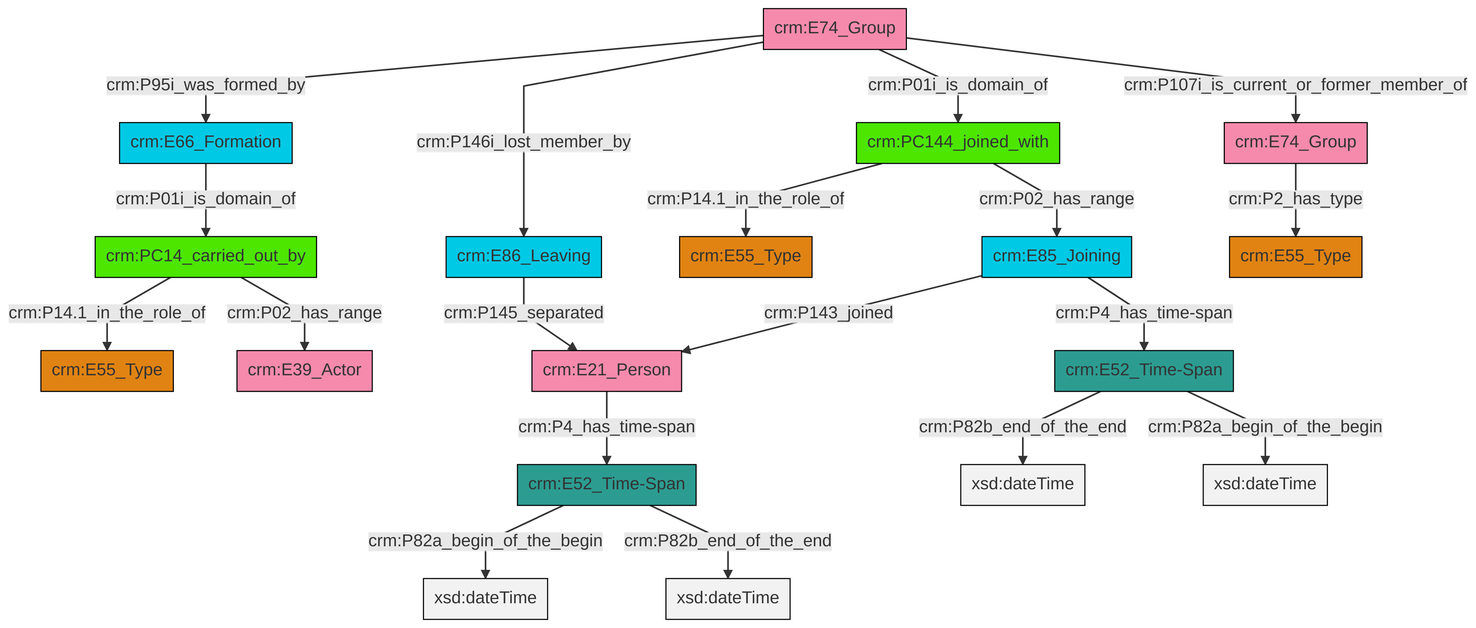
Above: et/groupCSV/ttl/mmd/png/group_actor_relations.png in swiss-art-research-net/docs.swissartresearch (Mermaid), before the change. Its source is kept beside it as et/groupCSV/ttl/mmd/group_actor_relations.ttl.mmd.
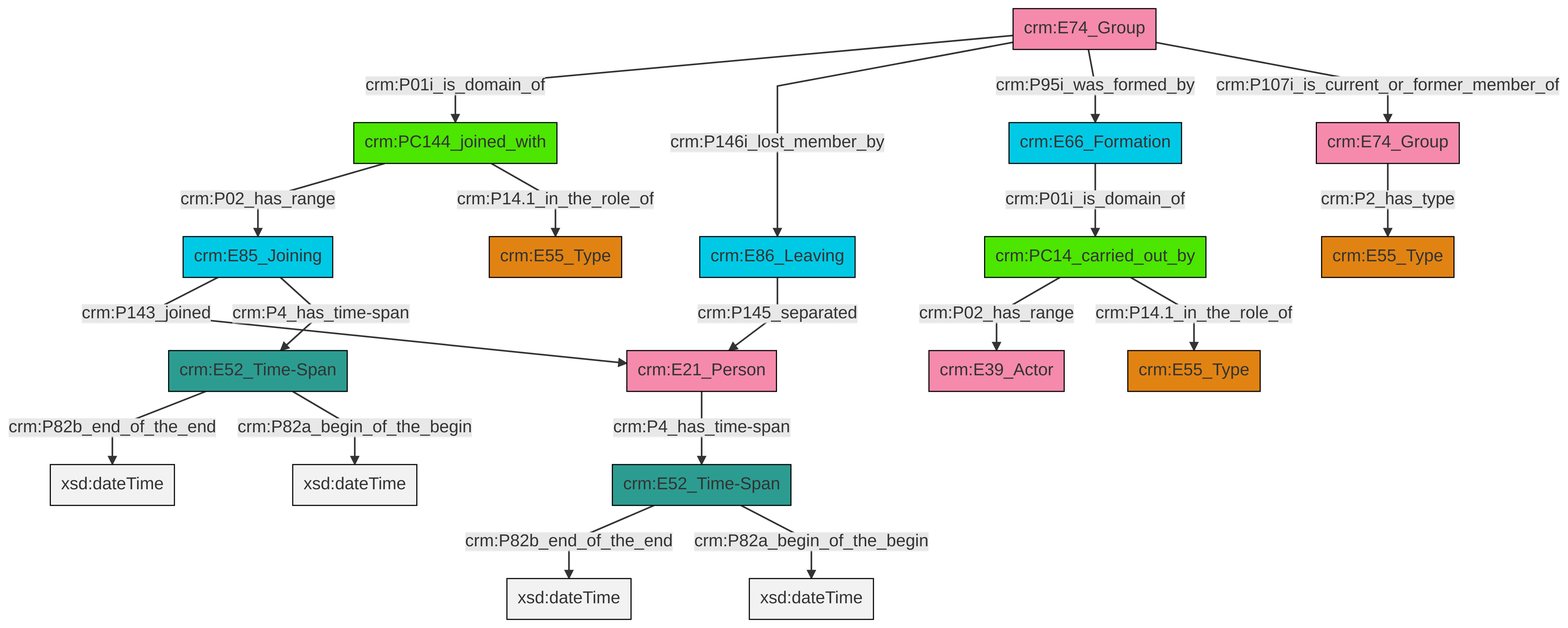
After the change.

Change to the diagram source:
```diff
@@ -13,21 +13,21 @@
 classDef PC_Classes fill:#4ce600, stroke:#000000;
 classDef Multi fill:#cccccc,stroke:#000000;
 
-0["crm:E74_Group"]:::Actor -->|crm:P95i_was_formed_by| 1["crm:E66_Formation"]:::Temporal_Entity
-2["crm:E52_Time-Span"]:::Time-Span -->|crm:P82b_end_of_the_end| 3[xsd:dateTime]:::Literal
-11["crm:E85_Joining"]:::Temporal_Entity -->|crm:P143_joined| 12["crm:E21_Person"]:::Actor
-5["crm:PC14_carried_out_by"]:::PC_Classes -->|crm:P14.1_in_the_role_of| 13["crm:E55_Type"]:::Type
-14["crm:PC144_joined_with"]:::PC_Classes -->|crm:P14.1_in_the_role_of| 15["crm:E55_Type"]:::Type
-9["crm:E52_Time-Span"]:::Time-Span -->|crm:P82a_begin_of_the_begin| 17[xsd:dateTime]:::Literal
-1["crm:E66_Formation"]:::Temporal_Entity -->|crm:P01i_is_domain_of| 5["crm:PC14_carried_out_by"]:::PC_Classes
-25["crm:E86_Leaving"]:::Temporal_Entity -->|crm:P145_separated| 12["crm:E21_Person"]:::Actor
-12["crm:E21_Person"]:::Actor -->|crm:P4_has_time-span| 9["crm:E52_Time-Span"]:::Time-Span
-14["crm:PC144_joined_with"]:::PC_Classes -->|crm:P02_has_range| 11["crm:E85_Joining"]:::Temporal_Entity
-0["crm:E74_Group"]:::Actor -->|crm:P146i_lost_member_by| 25["crm:E86_Leaving"]:::Temporal_Entity
-0["crm:E74_Group"]:::Actor -->|crm:P01i_is_domain_of| 14["crm:PC144_joined_with"]:::PC_Classes
-7["crm:E74_Group"]:::Actor -->|crm:P2_has_type| 27["crm:E55_Type"]:::Type
-2["crm:E52_Time-Span"]:::Time-Span -->|crm:P82a_begin_of_the_begin| 30[xsd:dateTime]:::Literal
-5["crm:PC14_carried_out_by"]:::PC_Classes -->|crm:P02_has_range| 23["crm:E39_Actor"]:::Actor
-9["crm:E52_Time-Span"]:::Time-Span -->|crm:P82b_end_of_the_end| 33[xsd:dateTime]:::Literal
-11["crm:E85_Joining"]:::Temporal_Entity -->|crm:P4_has_time-span| 2["crm:E52_Time-Span"]:::Time-Span
-0["crm:E74_Group"]:::Actor -->|crm:P107i_is_current_or_former_member_of| 7["crm:E74_Group"]:::Actor
+0["crm:E52_Time-Span"]:::Time-Span -->|crm:P82b_end_of_the_end| 1[xsd:dateTime]:::Literal
+2["crm:E74_Group"]:::Actor -->|crm:P01i_is_domain_of| 3["crm:PC144_joined_with"]:::PC_Classes
+4["crm:PC14_carried_out_by"]:::PC_Classes -->|crm:P02_has_range| 5["crm:E39_Actor"]:::Actor
+11["crm:E74_Group"]:::Actor -->|crm:P2_has_type| 12["crm:E55_Type"]:::Type
+13["crm:E86_Leaving"]:::Temporal_Entity -->|crm:P145_separated| 14["crm:E21_Person"]:::Actor
+0["crm:E52_Time-Span"]:::Time-Span -->|crm:P82a_begin_of_the_begin| 15[xsd:dateTime]:::Literal
+18["crm:E52_Time-Span"]:::Time-Span -->|crm:P82b_end_of_the_end| 19[xsd:dateTime]:::Literal
+18["crm:E52_Time-Span"]:::Time-Span -->|crm:P82a_begin_of_the_begin| 20[xsd:dateTime]:::Literal
+14["crm:E21_Person"]:::Actor -->|crm:P4_has_time-span| 18["crm:E52_Time-Span"]:::Time-Span
+4["crm:PC14_carried_out_by"]:::PC_Classes -->|crm:P14.1_in_the_role_of| 6["crm:E55_Type"]:::Type
+3["crm:PC144_joined_with"]:::PC_Classes -->|crm:P02_has_range| 21["crm:E85_Joining"]:::Temporal_Entity
+23["crm:E66_Formation"]:::Temporal_Entity -->|crm:P01i_is_domain_of| 4["crm:PC14_carried_out_by"]:::PC_Classes
+3["crm:PC144_joined_with"]:::PC_Classes -->|crm:P14.1_in_the_role_of| 16["crm:E55_Type"]:::Type
+2["crm:E74_Group"]:::Actor -->|crm:P146i_lost_member_by| 13["crm:E86_Leaving"]:::Temporal_Entity
+21["crm:E85_Joining"]:::Temporal_Entity -->|crm:P143_joined| 14["crm:E21_Person"]:::Actor
+21["crm:E85_Joining"]:::Temporal_Entity -->|crm:P4_has_time-span| 0["crm:E52_Time-Span"]:::Time-Span
+2["crm:E74_Group"]:::Actor -->|crm:P95i_was_formed_by| 23["crm:E66_Formation"]:::Temporal_Entity
+2["crm:E74_Group"]:::Actor -->|crm:P107i_is_current_or_former_member_of| 11["crm:E74_Group"]:::Actor
```
